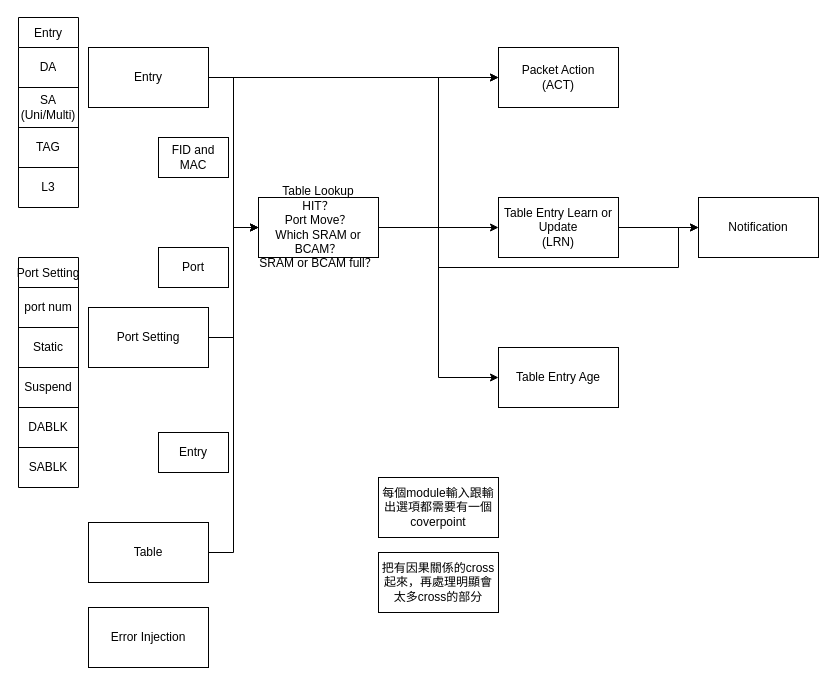
Before: Untitled Diagram.drawio in NotSmall/hello-world, a draw.io diagram. Source tidied: cells renumbered, new cells numbered last; positions are measured from the earlier drawing's top-left corner, leaving out a move shared by most shapes. Both pictures are drawn from the tidied source at 100%, with x=0, y=0 at pixel (18, 17).
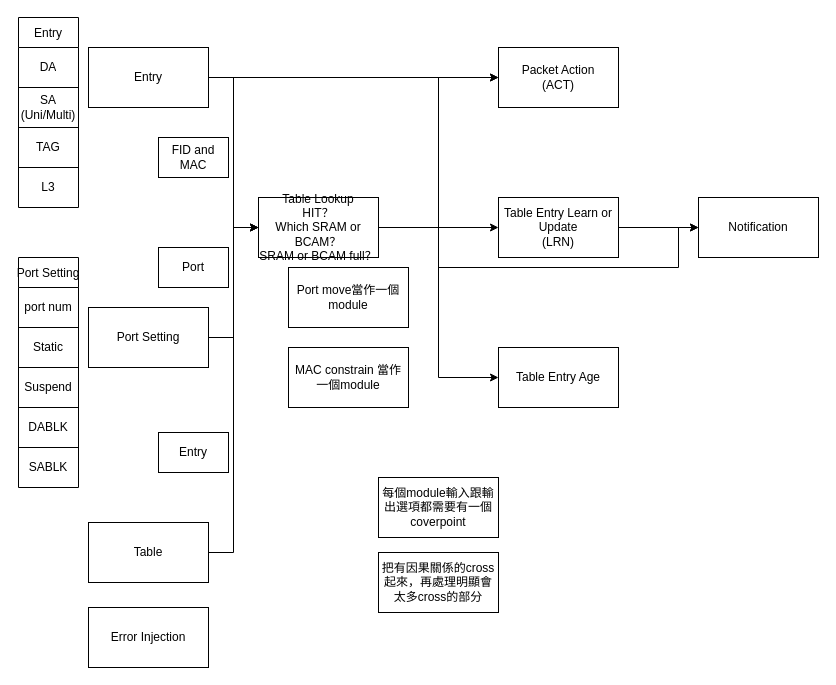
The same diagram, later.

What changed in the source:
```diff
@@
-    <mxCell id="11" value="Table Lookup&lt;br&gt;HIT？&lt;br&gt;Port Move？&lt;br&gt;Which SRAM or BCAM？&lt;br&gt;SRAM or BCAM full？" style="rounded=0;whiteSpace=wrap;html=1;" parent="1" vertex="1">
+    <mxCell id="11" value="Table Lookup&lt;br&gt;HIT？&lt;br&gt;Which SRAM or BCAM？&lt;br&gt;SRAM or BCAM full？" style="rounded=0;whiteSpace=wrap;html=1;" parent="1" vertex="1">
       <mxGeometry x="240" y="180" width="120" height="60" as="geometry" />
     </mxCell>
@@
+    <mxCell id="46" value="Port move當作一個module" style="rounded=0;whiteSpace=wrap;html=1;gradientColor=none;" parent="1" vertex="1">
+      <mxGeometry x="270" y="250" width="120" height="60" as="geometry" />
+    </mxCell>
+    <mxCell id="47" value="MAC constrain 當作一個module" style="rounded=0;whiteSpace=wrap;html=1;gradientColor=none;" parent="1" vertex="1">
+      <mxGeometry x="270" y="330" width="120" height="60" as="geometry" />
+    </mxCell>
```
